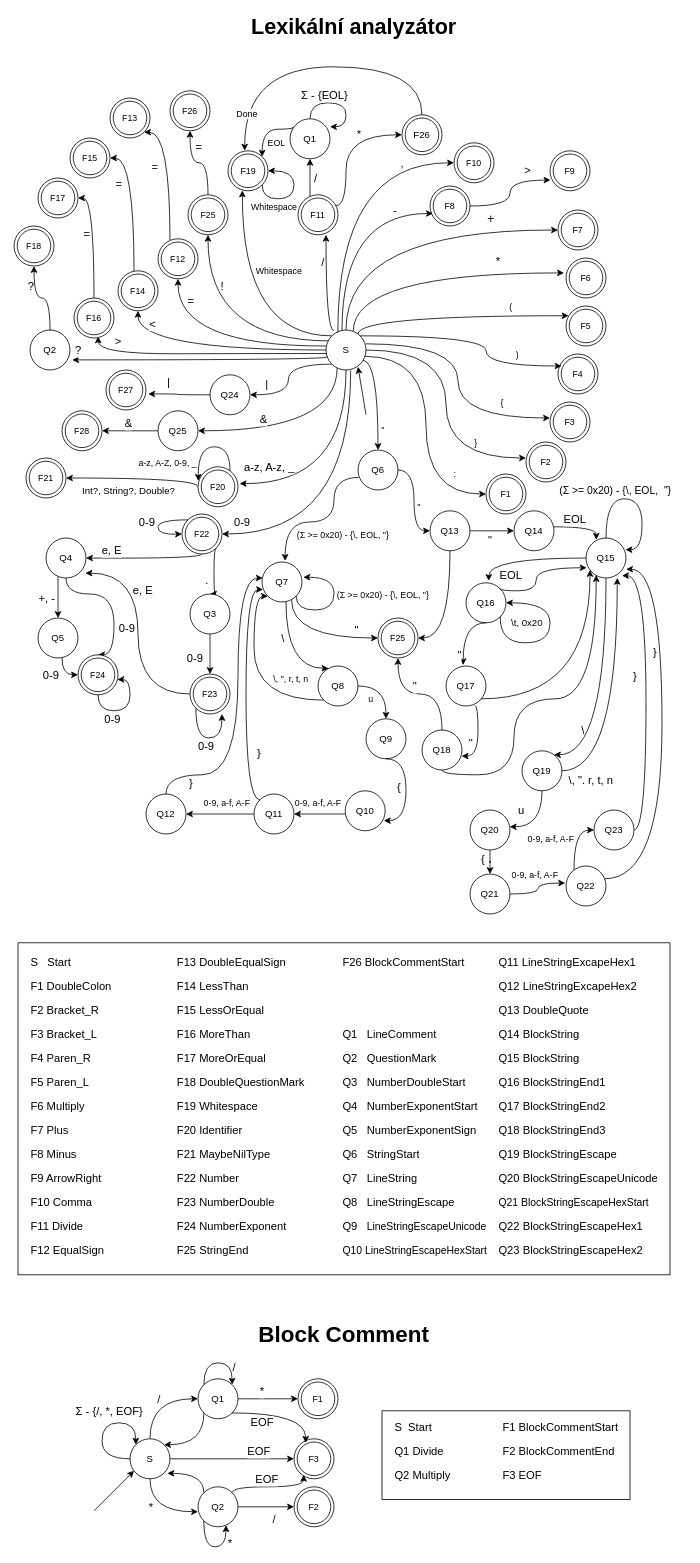
Earlier version of the draw.io diagram doc/ifj23.drawio (IFJ23-Survivalists/IFJ23). Source tidied: cells renumbered, new cells numbered last; positions are measured from the earlier drawing's top-left corner, leaving out a move shared by most shapes. Both pictures are drawn from the tidied source at 80%, with x=0, y=0 at pixel (14, 14).
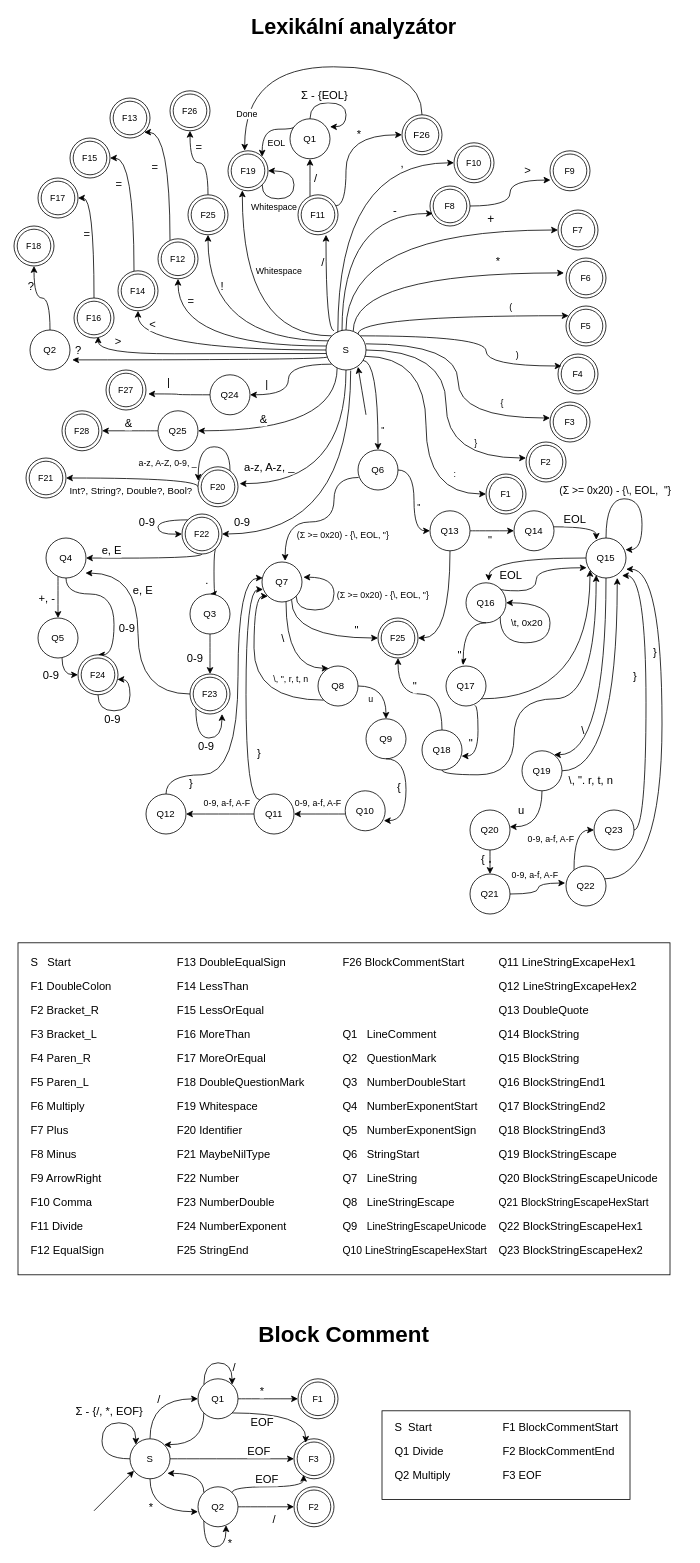
The same page after the edit.

Unchanged cells that the change refers to:
```xml
<mxCell id="45" style="edgeStyle=orthogonalEdgeStyle;shape=connector;curved=1;rounded=0;jettySize=auto;html=1;labelBackgroundColor=default;strokeColor=default;align=center;verticalAlign=middle;fontFamily=Helvetica;fontSize=11;fontColor=default;endArrow=classic;entryX=1;entryY=0.5;entryDx=0;entryDy=0;exitX=0;exitY=0.5;exitDx=0;exitDy=0;" parent="1" edge="1" source="47" target="50">
  <mxGeometry relative="1" as="geometry">
    <Array as="points">
      <mxPoint x="230" y="579" />
    </Array>
  </mxGeometry>
</mxCell>
```

Change to the diagram source:
```diff
@@
-    <mxCell id="46" value="Int?, String?, Double?" style="edgeLabel;html=1;align=center;verticalAlign=middle;fontSize=12;fontFamily=Helvetica;fontColor=default;" parent="45" vertex="1">
+    <mxCell id="46" value="Int?, String?, Double?, Bool?" style="edgeLabel;html=1;align=center;verticalAlign=middle;fontSize=12;fontFamily=Helvetica;fontColor=default;" parent="45" vertex="1">
       <mxGeometry x="-0.02" y="6" relative="1" as="geometry">
-        <mxPoint x="-13" y="9" as="offset" />
+        <mxPoint x="-10" y="9" as="offset" />
       </mxGeometry>
     </mxCell>
```
